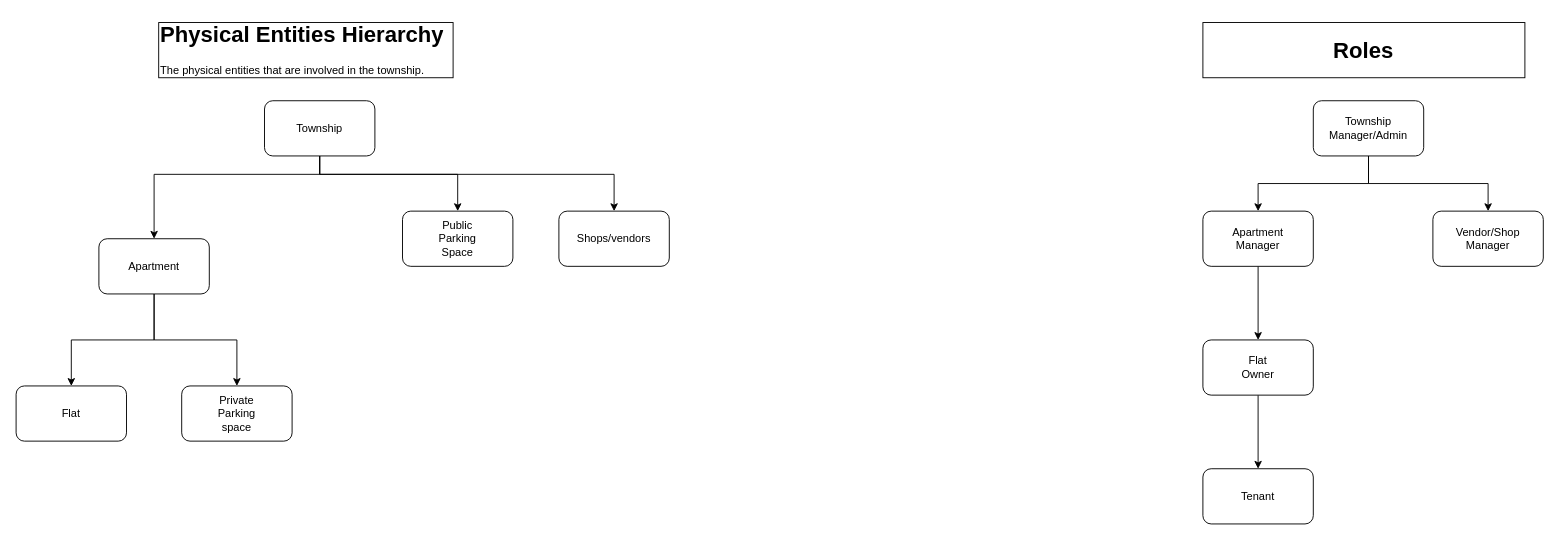
Above: Untitled Diagram.drawio in Vineeth-Vaddepati/apartment-management-system (draw.io), before the change. Source tidied: cells renumbered, new cells numbered last; positions are measured from the earlier drawing's top-left corner, leaving out a move shared by most shapes. Both pictures are drawn from the tidied source at 92%, with x=0, y=0 at pixel (16, 16).
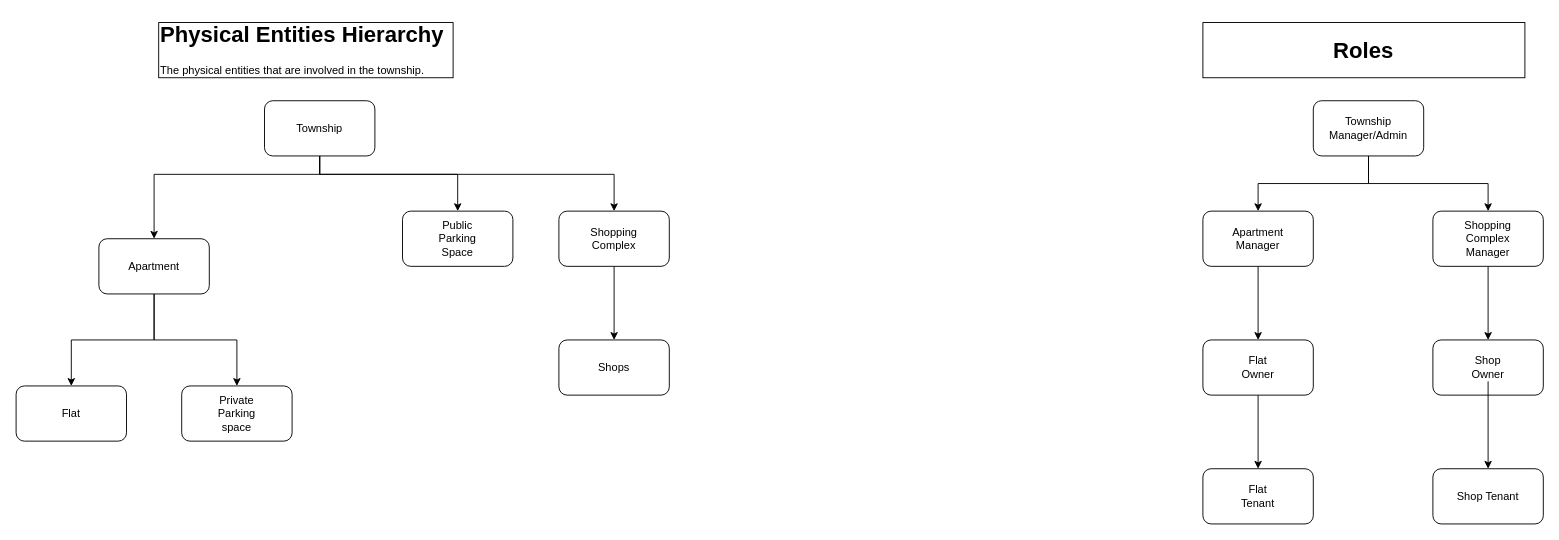
The same page after the edit.

Commit message:
Updated the hierarchies of shops

Unchanged cells that the change refers to:
```xml
<mxCell id="12" style="rounded=1;whiteSpace=wrap;html=1;" parent="1" vertex="1">
  <mxGeometry x="590" y="212" width="120" height="60" as="geometry" />
</mxCell>
<mxCell id="28" style="rounded=1;whiteSpace=wrap;html=1;" parent="1" vertex="1">
  <mxGeometry x="1540" y="212" width="120" height="60" as="geometry" />
</mxCell>
```

Change to the diagram source:
```diff
@@
+    <mxCell id="37" style="edgeStyle=orthogonalEdgeStyle;rounded=0;jettySize=auto;html=1;" parent="1" edge="1" source="12" target="43">
+      <mxGeometry relative="1" as="geometry" />
+    </mxCell>
@@
-    <mxCell id="14" value="Shops/vendors" style="text;html=1;align=center;verticalAlign=middle;whiteSpace=wrap;rounded=0;" parent="1" vertex="1">
+    <mxCell id="14" value="Shopping Complex" style="text;html=1;align=center;verticalAlign=middle;whiteSpace=wrap;rounded=0;" parent="1" vertex="1">
       <mxGeometry x="620" y="227" width="60" height="30" as="geometry" />
     </mxCell>
@@
+    <mxCell id="38" style="edgeStyle=orthogonalEdgeStyle;rounded=0;jettySize=auto;html=1;entryX=0.5;entryY=0;entryDx=0;entryDy=0;" parent="1" edge="1" source="28" target="39">
+      <mxGeometry relative="1" as="geometry" />
+    </mxCell>
@@
-    <mxCell id="29" value="Vendor/Shop Manager" style="text;html=1;align=center;verticalAlign=middle;whiteSpace=wrap;rounded=0;" parent="1" vertex="1">
+    <mxCell id="29" value="Shopping Complex Manager" style="text;html=1;align=center;verticalAlign=middle;whiteSpace=wrap;rounded=0;" parent="1" vertex="1">
       <mxGeometry x="1570" y="227" width="60" height="30" as="geometry" />
     </mxCell>
@@
-    <mxCell id="34" value="Tenant" style="text;html=1;align=center;verticalAlign=middle;whiteSpace=wrap;rounded=0;" parent="1" vertex="1">
+    <mxCell id="34" value="Flat Tenant" style="text;html=1;align=center;verticalAlign=middle;whiteSpace=wrap;rounded=0;" parent="1" vertex="1">
       <mxGeometry x="1320" y="507" width="60" height="30" as="geometry" />
     </mxCell>
@@
+    <mxCell id="39" style="rounded=1;whiteSpace=wrap;html=1;" parent="1" vertex="1">
+      <mxGeometry x="1540" y="352" width="120" height="60" as="geometry" />
+    </mxCell>
+    <mxCell id="40" style="edgeStyle=orthogonalEdgeStyle;rounded=0;jettySize=auto;html=1;" parent="1" edge="1" source="41" target="42">
+      <mxGeometry relative="1" as="geometry" />
+    </mxCell>
+    <mxCell id="41" value="Shop Owner" style="text;html=1;align=center;verticalAlign=middle;whiteSpace=wrap;rounded=0;" parent="1" vertex="1">
+      <mxGeometry x="1570" y="367" width="60" height="30" as="geometry" />
+    </mxCell>
+    <mxCell id="42" value="Shop Tenant" style="rounded=1;whiteSpace=wrap;html=1;" parent="1" vertex="1">
+      <mxGeometry x="1540" y="492" width="120" height="60" as="geometry" />
+    </mxCell>
+    <mxCell id="43" value="Shops" style="rounded=1;whiteSpace=wrap;html=1;" parent="1" vertex="1">
+      <mxGeometry x="590" y="352" width="120" height="60" as="geometry" />
+    </mxCell>
```
